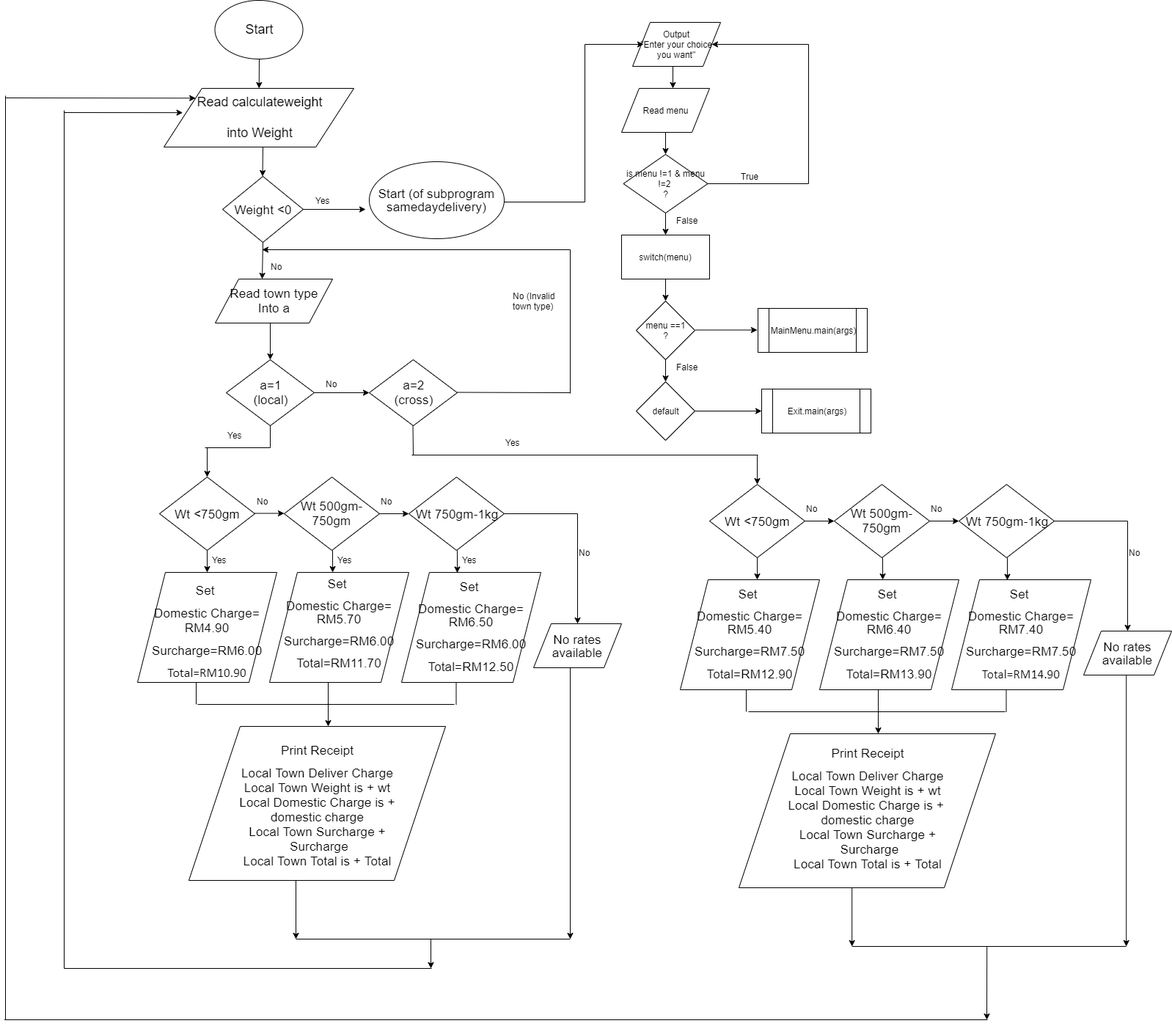
This is flowchart assign 2.png from gohfangyao/Same-Day-Delivery, a draw.io export, as it was before one commit. Source tidied: cells renumbered, new cells last; positions are measured from the earlier drawing's top-left corner, leaving out a move shared by most shapes.
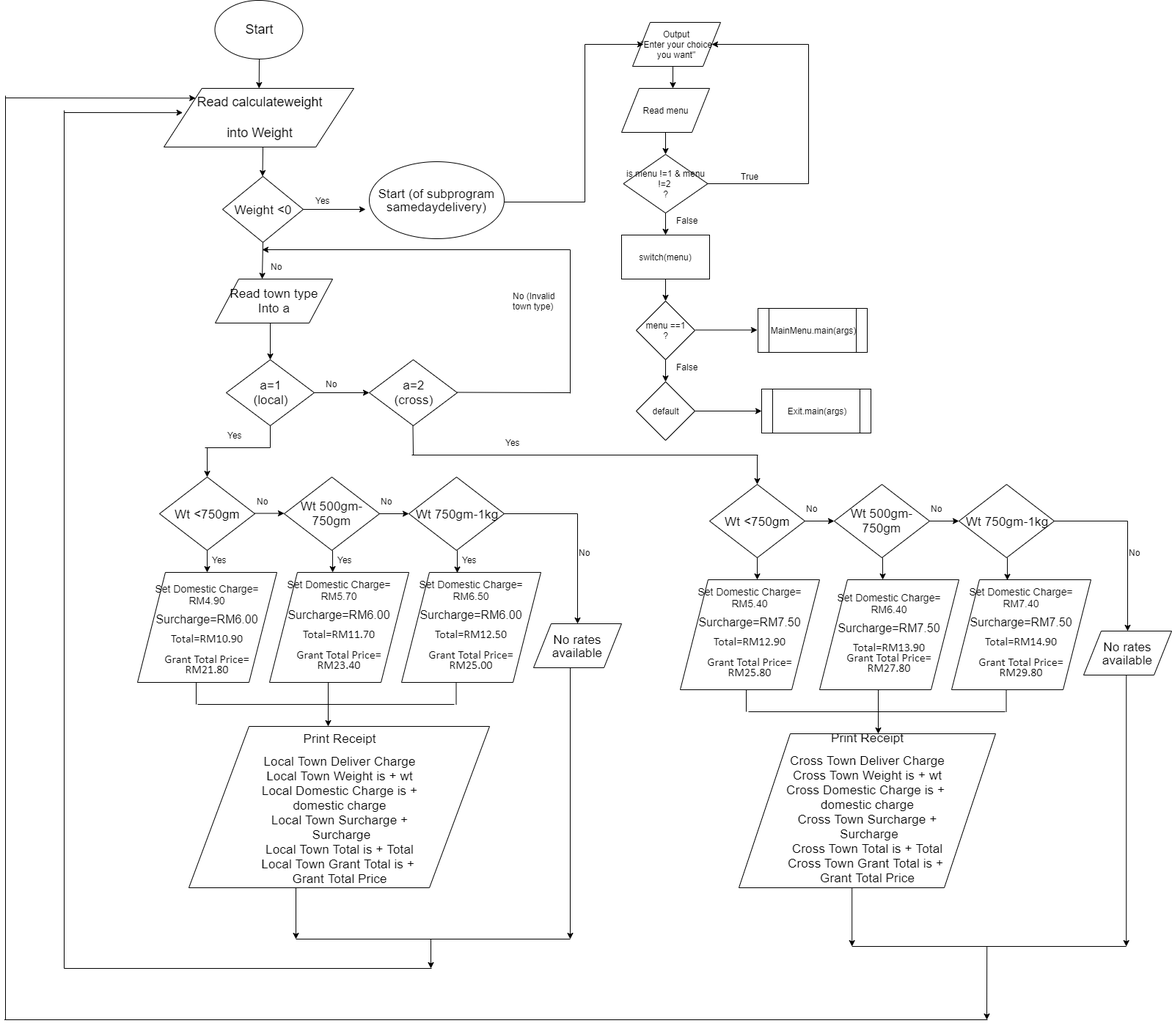
Later version of the same file.

The edit, as a diff of the source:
```diff
@@ -32,17 +32,17 @@
     <mxCell id="11" value="&lt;p class=&quot;MsoNormal&quot; align=&quot;center&quot;&gt;&lt;span style=&quot;font-size: 13.0pt ; line-height: 107%&quot;&gt;Wt 750gm-1kg&lt;/span&gt;&lt;/p&gt;&lt;p class=&quot;MsoNormal&quot; align=&quot;center&quot;&gt;&lt;span style=&quot;font-size: 13.0pt ; line-height: 107%&quot;&gt;&lt;/span&gt;&lt;/p&gt;" style="rhombus;whiteSpace=wrap;html=1;" parent="1" vertex="1">
       <mxGeometry x="552" y="650" width="130" height="100" as="geometry" />
     </mxCell>
-    <mxCell id="12" value="&lt;p class=&quot;MsoNormal&quot; align=&quot;center&quot;&gt;&lt;span style=&quot;font-size: 13.0pt ; line-height: 107%&quot;&gt;Set&amp;nbsp;&lt;/span&gt;&lt;/p&gt;&lt;p class=&quot;MsoNormal&quot; align=&quot;center&quot;&gt;&lt;span style=&quot;font-size: 13pt&quot;&gt;Domestic Charge= RM4.90&lt;/span&gt;&lt;/p&gt;&lt;p class=&quot;MsoNormal&quot; align=&quot;center&quot;&gt;&lt;span style=&quot;font-size: 13.0pt ; line-height: 107%&quot;&gt;Surcharge=RM6.00&lt;/span&gt;&lt;/p&gt;&lt;span style=&quot;line-height: 107% ; font-family: &amp;#34;calibri&amp;#34; , sans-serif&quot;&gt;&lt;font style=&quot;font-size: 18px&quot;&gt;Total&lt;/font&gt;&lt;/span&gt;&lt;span style=&quot;font-size: 13.0pt ; line-height: 107% ; font-family: &amp;#34;calibri&amp;#34; , sans-serif&quot;&gt;=RM10.90&lt;/span&gt;" style="shape=parallelogram;perimeter=parallelogramPerimeter;whiteSpace=wrap;html=1;" parent="1" vertex="1">
+    <mxCell id="12" value="&lt;p class=&quot;MsoNormal&quot; align=&quot;center&quot;&gt;&lt;font style=&quot;font-size: 14px&quot;&gt;&lt;span style=&quot;line-height: 107%&quot;&gt;&lt;font&gt;Set&amp;nbsp;&lt;/font&gt;&lt;/span&gt;Domestic Charge= RM4.90&lt;/font&gt;&lt;/p&gt;&lt;p class=&quot;MsoNormal&quot; align=&quot;center&quot;&gt;&lt;span style=&quot;line-height: 107%&quot;&gt;&lt;font size=&quot;3&quot;&gt;Surcharge=RM6.00&lt;/font&gt;&lt;/span&gt;&lt;/p&gt;&lt;span style=&quot;line-height: 107% ; font-family: &amp;#34;calibri&amp;#34; , sans-serif&quot;&gt;&lt;font size=&quot;3&quot;&gt;&lt;font&gt;Tota&lt;/font&gt;&lt;font&gt;l&lt;/font&gt;&lt;/font&gt;&lt;/span&gt;&lt;span style=&quot;line-height: 107% ; font-family: &amp;#34;calibri&amp;#34; , sans-serif&quot;&gt;&lt;font size=&quot;3&quot;&gt;=RM10.90&lt;br&gt;&lt;br&gt;Grant Total Price=&lt;br&gt;RM21.80&lt;/font&gt;&lt;br&gt;&lt;/span&gt;" style="shape=parallelogram;perimeter=parallelogramPerimeter;whiteSpace=wrap;html=1;" parent="1" vertex="1">
       <mxGeometry x="182" y="780" width="190" height="150" as="geometry" />
     </mxCell>
-    <mxCell id="13" value="&lt;p class=&quot;MsoNormal&quot; align=&quot;center&quot;&gt;&lt;span style=&quot;font-size: 13.0pt ; line-height: 107%&quot;&gt;&lt;br&gt;&lt;/span&gt;&lt;/p&gt;&lt;p class=&quot;MsoNormal&quot; align=&quot;center&quot;&gt;&lt;span style=&quot;font-size: 13.0pt ; line-height: 107%&quot;&gt;&lt;br&gt;&lt;/span&gt;&lt;/p&gt;&lt;p class=&quot;MsoNormal&quot; align=&quot;center&quot;&gt;&lt;span style=&quot;font-size: 13.0pt ; line-height: 107%&quot;&gt;&lt;br&gt;&lt;/span&gt;&lt;/p&gt;&lt;p class=&quot;MsoNormal&quot; align=&quot;center&quot;&gt;&lt;span style=&quot;font-size: 13.0pt ; line-height: 107%&quot;&gt;&lt;br&gt;&lt;/span&gt;&lt;/p&gt;&lt;p class=&quot;MsoNormal&quot; align=&quot;center&quot;&gt;&lt;span style=&quot;font-size: 13.0pt ; line-height: 107%&quot;&gt;Set&amp;nbsp;&lt;/span&gt;&lt;/p&gt;&lt;p class=&quot;MsoNormal&quot; align=&quot;center&quot;&gt;&lt;span style=&quot;font-size: 13.0pt ; line-height: 107%&quot;&gt;Domestic Charge= RM5.70&lt;/span&gt;&lt;/p&gt;&lt;p class=&quot;MsoNormal&quot; align=&quot;center&quot;&gt;&lt;span style=&quot;font-size: 13.0pt ; line-height: 107%&quot;&gt;Surcharge=RM6.00&lt;/span&gt;&lt;/p&gt;&lt;p class=&quot;MsoNormal&quot; align=&quot;center&quot;&gt;&lt;span style=&quot;font-size: 13.0pt ; line-height: 107%&quot;&gt;Total=RM11.70&lt;/span&gt;&lt;/p&gt;&lt;p class=&quot;MsoNormal&quot; align=&quot;center&quot;&gt;&lt;br&gt;&lt;br&gt;&lt;br&gt;&lt;br&gt;&lt;br&gt;&lt;br&gt;&lt;/p&gt;&lt;p class=&quot;MsoNormal&quot;&gt;&lt;span style=&quot;font-size: 13.0pt ; line-height: 107%&quot;&gt;&amp;nbsp;&lt;/span&gt;&lt;/p&gt;" style="shape=parallelogram;perimeter=parallelogramPerimeter;whiteSpace=wrap;html=1;" parent="1" vertex="1">
+    <mxCell id="13" value="&lt;p class=&quot;MsoNormal&quot; align=&quot;center&quot;&gt;&lt;font style=&quot;font-size: 14px&quot;&gt;&lt;span style=&quot;line-height: 14.98px&quot;&gt;Set&amp;nbsp;&lt;/span&gt;Domestic Charge= RM5.70&lt;/font&gt;&lt;/p&gt;&lt;p class=&quot;MsoNormal&quot; align=&quot;center&quot;&gt;&lt;span style=&quot;line-height: 12.84px&quot;&gt;&lt;font size=&quot;3&quot;&gt;Surcharge=RM6.00&lt;/font&gt;&lt;/span&gt;&lt;/p&gt;&lt;p class=&quot;MsoNormal&quot; align=&quot;center&quot;&gt;&lt;span style=&quot;line-height: 12.84px ; font-family: &amp;#34;calibri&amp;#34; , sans-serif&quot;&gt;&lt;font size=&quot;3&quot;&gt;Total&lt;/font&gt;&lt;/span&gt;&lt;span style=&quot;line-height: 12.84px ; font-family: &amp;#34;calibri&amp;#34; , sans-serif&quot;&gt;&lt;font size=&quot;3&quot;&gt;=RM11.70&lt;br&gt;&lt;br&gt;Grant Total Price=&lt;br&gt;RM23.40&lt;/font&gt;&lt;/span&gt;&lt;br&gt;&lt;/p&gt;" style="shape=parallelogram;perimeter=parallelogramPerimeter;whiteSpace=wrap;html=1;" parent="1" vertex="1">
       <mxGeometry x="362" y="780" width="190" height="150" as="geometry" />
     </mxCell>
-    <mxCell id="14" value="&lt;p class=&quot;MsoNormal&quot; align=&quot;center&quot;&gt;&lt;span style=&quot;font-size: 13.0pt ; line-height: 107%&quot;&gt;Set&amp;nbsp;&lt;/span&gt;&lt;/p&gt;&lt;p class=&quot;MsoNormal&quot; align=&quot;center&quot;&gt;&lt;span style=&quot;font-size: 13.0pt ; line-height: 107%&quot;&gt;Domestic Charge= RM6.50&lt;/span&gt;&lt;/p&gt;&lt;p class=&quot;MsoNormal&quot; align=&quot;center&quot;&gt;&lt;span style=&quot;font-size: 13.0pt ; line-height: 107%&quot;&gt;Surcharge=RM6.00&lt;/span&gt;&lt;/p&gt;&lt;p class=&quot;MsoNormal&quot; align=&quot;center&quot;&gt;&lt;span style=&quot;font-size: 13pt&quot;&gt;Total=RM12.50&lt;/span&gt;&lt;/p&gt;" style="shape=parallelogram;perimeter=parallelogramPerimeter;whiteSpace=wrap;html=1;" parent="1" vertex="1">
+    <mxCell id="14" value="&lt;p class=&quot;MsoNormal&quot; align=&quot;center&quot;&gt;&lt;font style=&quot;font-size: 14px&quot;&gt;&lt;span style=&quot;line-height: 14.98px&quot;&gt;Set&amp;nbsp;&lt;/span&gt;Domestic Charge= RM6.50&lt;/font&gt;&lt;/p&gt;&lt;p class=&quot;MsoNormal&quot; align=&quot;center&quot;&gt;&lt;span style=&quot;line-height: 12.84px&quot;&gt;&lt;font size=&quot;3&quot;&gt;Surcharge=RM6.00&lt;/font&gt;&lt;/span&gt;&lt;/p&gt;&lt;p class=&quot;MsoNormal&quot; align=&quot;center&quot;&gt;&lt;span style=&quot;line-height: 12.84px ; font-family: &amp;#34;calibri&amp;#34; , sans-serif&quot;&gt;&lt;font size=&quot;3&quot;&gt;Total&lt;/font&gt;&lt;/span&gt;&lt;span style=&quot;line-height: 12.84px ; font-family: &amp;#34;calibri&amp;#34; , sans-serif&quot;&gt;&lt;font size=&quot;3&quot;&gt;=RM12.50&lt;br&gt;&lt;br&gt;Grant Total Price=&lt;br&gt;RM25.00&lt;/font&gt;&lt;/span&gt;&lt;br&gt;&lt;/p&gt;" style="shape=parallelogram;perimeter=parallelogramPerimeter;whiteSpace=wrap;html=1;" parent="1" vertex="1">
       <mxGeometry x="542" y="780" width="190" height="150" as="geometry" />
     </mxCell>
-    <mxCell id="15" value="&lt;p class=&quot;MsoNormal&quot; align=&quot;center&quot;&gt;&lt;span style=&quot;font-size: 13.0pt ; line-height: 107%&quot;&gt;Print Receipt&lt;/span&gt;&lt;/p&gt;&lt;span style=&quot;font-size: 13pt&quot;&gt;Local Town Deliver Charge&lt;/span&gt;&lt;br&gt;&lt;span style=&quot;font-size: 13pt&quot;&gt;Local Town Weight is + wt&lt;/span&gt;&lt;br&gt;&lt;span style=&quot;font-size: 13pt&quot;&gt;Local Domestic Charge is + &lt;br&gt;domestic&amp;nbsp;&lt;/span&gt;&lt;span style=&quot;font-size: 13pt&quot;&gt;charge&lt;/span&gt;&lt;span style=&quot;font-size: 13pt&quot;&gt;&lt;br&gt;&lt;/span&gt;&lt;span style=&quot;font-size: 13pt&quot;&gt;Local Town Surcharge +&lt;br&gt;&amp;nbsp;Surcharge&lt;/span&gt;&lt;br&gt;&lt;span style=&quot;font-size: 13pt&quot;&gt;Local Town Total is + Total&lt;/span&gt;" style="shape=parallelogram;perimeter=parallelogramPerimeter;whiteSpace=wrap;html=1;" parent="1" vertex="1">
-      <mxGeometry x="252" y="990" width="350" height="210" as="geometry" />
+    <mxCell id="15" value="&lt;p class=&quot;MsoNormal&quot; align=&quot;center&quot;&gt;&lt;span style=&quot;font-size: 13.0pt ; line-height: 107%&quot;&gt;Print Receipt&lt;/span&gt;&lt;/p&gt;&lt;span style=&quot;font-size: 13pt&quot;&gt;Local Town Deliver Charge&lt;/span&gt;&lt;br&gt;&lt;span style=&quot;font-size: 13pt&quot;&gt;Local Town Weight is + wt&lt;/span&gt;&lt;br&gt;&lt;span style=&quot;font-size: 13pt&quot;&gt;Local Domestic Charge is + &lt;br&gt;domestic&amp;nbsp;&lt;/span&gt;&lt;span style=&quot;font-size: 13pt&quot;&gt;charge&lt;/span&gt;&lt;span style=&quot;font-size: 13pt&quot;&gt;&lt;br&gt;&lt;/span&gt;&lt;span style=&quot;font-size: 13pt&quot;&gt;Local Town Surcharge +&lt;br&gt;&amp;nbsp;Surcharge&lt;/span&gt;&lt;br&gt;&lt;span style=&quot;font-size: 13pt&quot;&gt;Local Town Total is + Total&lt;br&gt;Local Town Grant Total is + &lt;br&gt;Grant Total Price&lt;br&gt;&lt;/span&gt;" style="shape=parallelogram;perimeter=parallelogramPerimeter;whiteSpace=wrap;html=1;" parent="1" vertex="1">
+      <mxGeometry x="252" y="990" width="410" height="220" as="geometry" />
     </mxCell>
     <mxCell id="16" value="&lt;p class=&quot;MsoNormal&quot; align=&quot;center&quot;&gt;&lt;span style=&quot;font-size: 13.0pt ; line-height: 107%&quot;&gt;No rates available&lt;/span&gt;&lt;/p&gt;" style="shape=parallelogram;perimeter=parallelogramPerimeter;whiteSpace=wrap;html=1;" parent="1" vertex="1">
       <mxGeometry x="722" y="850" width="120" height="60" as="geometry" />
@@ -171,13 +171,13 @@
     <mxCell id="40" value="&lt;p class=&quot;MsoNormal&quot; align=&quot;center&quot;&gt;&lt;span style=&quot;font-size: 13.0pt ; line-height: 107%&quot;&gt;Wt 750gm-1kg&lt;/span&gt;&lt;/p&gt;&lt;p class=&quot;MsoNormal&quot; align=&quot;center&quot;&gt;&lt;span style=&quot;font-size: 13.0pt ; line-height: 107%&quot;&gt;&lt;/span&gt;&lt;/p&gt;" style="rhombus;whiteSpace=wrap;html=1;" parent="1" vertex="1">
       <mxGeometry x="1302" y="660" width="130" height="100" as="geometry" />
     </mxCell>
-    <mxCell id="41" value="&lt;p class=&quot;MsoNormal&quot; align=&quot;center&quot;&gt;&lt;span style=&quot;font-size: 13.0pt ; line-height: 107%&quot;&gt;Set&amp;nbsp;&lt;/span&gt;&lt;/p&gt;&lt;p class=&quot;MsoNormal&quot; align=&quot;center&quot;&gt;&lt;span style=&quot;font-size: 13.0pt ; line-height: 107%&quot;&gt;Domestic Charge= RM6.40&lt;/span&gt;&lt;/p&gt;&lt;p class=&quot;MsoNormal&quot; align=&quot;center&quot;&gt;&lt;span style=&quot;font-size: 13.0pt ; line-height: 107%&quot;&gt;Surcharge=RM7.50&lt;/span&gt;&lt;/p&gt;&lt;p class=&quot;MsoNormal&quot; align=&quot;center&quot;&gt;&lt;span style=&quot;font-size: 13pt&quot;&gt;Total=RM13.90&lt;/span&gt;&lt;/p&gt;" style="shape=parallelogram;perimeter=parallelogramPerimeter;whiteSpace=wrap;html=1;" parent="1" vertex="1">
+    <mxCell id="41" value="&lt;p class=&quot;MsoNormal&quot; align=&quot;center&quot;&gt;&lt;font style=&quot;font-size: 14px&quot;&gt;&lt;span style=&quot;line-height: 14.98px&quot;&gt;Set&amp;nbsp;&lt;/span&gt;Domestic Charge= RM6.40&lt;/font&gt;&lt;/p&gt;&lt;p class=&quot;MsoNormal&quot; align=&quot;center&quot;&gt;&lt;span style=&quot;line-height: 12.84px&quot;&gt;&lt;font size=&quot;3&quot;&gt;Surcharge=RM7.50&lt;/font&gt;&lt;/span&gt;&lt;/p&gt;&lt;p class=&quot;MsoNormal&quot; align=&quot;center&quot;&gt;&lt;span style=&quot;line-height: 12.84px ; font-family: &amp;#34;calibri&amp;#34; , sans-serif&quot;&gt;&lt;font size=&quot;3&quot;&gt;Total&lt;/font&gt;&lt;/span&gt;&lt;span style=&quot;line-height: 12.84px ; font-family: &amp;#34;calibri&amp;#34; , sans-serif&quot;&gt;&lt;font size=&quot;3&quot;&gt;=RM13.90&lt;br&gt;Grant Total Price=&lt;br&gt;RM27.80&lt;/font&gt;&lt;/span&gt;&lt;br&gt;&lt;/p&gt;" style="shape=parallelogram;perimeter=parallelogramPerimeter;whiteSpace=wrap;html=1;" parent="1" vertex="1">
       <mxGeometry x="1112" y="790" width="190" height="150" as="geometry" />
     </mxCell>
-    <mxCell id="42" value="&lt;p class=&quot;MsoNormal&quot; align=&quot;center&quot;&gt;&lt;span style=&quot;font-size: 13.0pt ; line-height: 107%&quot;&gt;Set&amp;nbsp;&lt;/span&gt;&lt;/p&gt;&lt;p class=&quot;MsoNormal&quot; align=&quot;center&quot;&gt;&lt;span style=&quot;font-size: 13.0pt ; line-height: 107%&quot;&gt;Domestic Charge= RM7.40&lt;/span&gt;&lt;/p&gt;&lt;p class=&quot;MsoNormal&quot; align=&quot;center&quot;&gt;&lt;span style=&quot;font-size: 13.0pt ; line-height: 107%&quot;&gt;Surcharge=RM7.50&lt;/span&gt;&lt;/p&gt;&lt;p class=&quot;MsoNormal&quot; align=&quot;center&quot;&gt;&lt;span style=&quot;font-family: &amp;#34;calibri&amp;#34; , sans-serif ; font-size: 13pt&quot;&gt;Total=RM14.90&lt;/span&gt;&lt;/p&gt;" style="shape=parallelogram;perimeter=parallelogramPerimeter;whiteSpace=wrap;html=1;" parent="1" vertex="1">
+    <mxCell id="42" value="&lt;p class=&quot;MsoNormal&quot; align=&quot;center&quot;&gt;&lt;font style=&quot;font-size: 14px&quot;&gt;&lt;span style=&quot;line-height: 14.98px&quot;&gt;Set&amp;nbsp;&lt;/span&gt;Domestic Charge= RM7.40&lt;/font&gt;&lt;/p&gt;&lt;p class=&quot;MsoNormal&quot; align=&quot;center&quot;&gt;&lt;span style=&quot;line-height: 12.84px&quot;&gt;&lt;font size=&quot;3&quot;&gt;Surcharge=RM7.50&lt;/font&gt;&lt;/span&gt;&lt;/p&gt;&lt;p class=&quot;MsoNormal&quot; align=&quot;center&quot;&gt;&lt;span style=&quot;line-height: 12.84px ; font-family: &amp;#34;calibri&amp;#34; , sans-serif&quot;&gt;&lt;font size=&quot;3&quot;&gt;Total&lt;/font&gt;&lt;/span&gt;&lt;span style=&quot;line-height: 12.84px ; font-family: &amp;#34;calibri&amp;#34; , sans-serif&quot;&gt;&lt;font size=&quot;3&quot;&gt;=RM14.90&lt;br&gt;&lt;br&gt;Grant Total Price=&lt;br&gt;RM29.80&lt;/font&gt;&lt;/span&gt;&lt;br&gt;&lt;/p&gt;" style="shape=parallelogram;perimeter=parallelogramPerimeter;whiteSpace=wrap;html=1;" parent="1" vertex="1">
       <mxGeometry x="1292" y="790" width="190" height="150" as="geometry" />
     </mxCell>
-    <mxCell id="43" value="&lt;p class=&quot;MsoNormal&quot; align=&quot;center&quot;&gt;&lt;span style=&quot;font-size: 13pt ; line-height: 18.5467px&quot;&gt;Print Receipt&lt;/span&gt;&lt;/p&gt;&lt;p class=&quot;MsoNormal&quot; align=&quot;center&quot;&gt;&lt;span style=&quot;font-size: 13pt&quot;&gt;Local Town Deliver Charge&lt;/span&gt;&lt;br&gt;&lt;span style=&quot;font-size: 13pt&quot;&gt;Local Town Weight is + wt&lt;/span&gt;&lt;br&gt;&lt;span style=&quot;font-size: 13pt&quot;&gt;Local Domestic Charge is +&amp;nbsp;&lt;br&gt;domestic&amp;nbsp;&lt;/span&gt;&lt;span style=&quot;font-size: 13pt&quot;&gt;charge&lt;/span&gt;&lt;span style=&quot;font-size: 13pt&quot;&gt;&lt;br&gt;&lt;/span&gt;&lt;span style=&quot;font-size: 13pt&quot;&gt;Local Town Surcharge +&lt;br&gt;&amp;nbsp;Surcharge&lt;/span&gt;&lt;br&gt;&lt;span style=&quot;font-size: 13pt&quot;&gt;Local Town Total is + Total&lt;/span&gt;&lt;br&gt;&lt;/p&gt;" style="shape=parallelogram;perimeter=parallelogramPerimeter;whiteSpace=wrap;html=1;" parent="1" vertex="1">
+    <mxCell id="43" value="&lt;p class=&quot;MsoNormal&quot; align=&quot;center&quot;&gt;&lt;span style=&quot;font-size: 13pt ; line-height: 18.5467px&quot;&gt;Print Receipt&lt;/span&gt;&lt;/p&gt;&lt;p class=&quot;MsoNormal&quot; align=&quot;center&quot;&gt;&lt;span style=&quot;font-size: 13pt&quot;&gt;Cross Town Deliver Charge&lt;/span&gt;&lt;br&gt;&lt;span style=&quot;font-size: 17.3333px&quot;&gt;Cross&lt;/span&gt;&lt;span style=&quot;font-size: 13pt&quot;&gt;&amp;nbsp;Town Weight is + wt&lt;/span&gt;&lt;br&gt;&lt;span style=&quot;font-size: 17.3333px&quot;&gt;Cross&lt;/span&gt;&lt;span style=&quot;font-size: 13pt&quot;&gt;&amp;nbsp;Domestic Charge is +&amp;nbsp;&lt;br&gt;domestic&amp;nbsp;&lt;/span&gt;&lt;span style=&quot;font-size: 13pt&quot;&gt;charge&lt;/span&gt;&lt;span style=&quot;font-size: 13pt&quot;&gt;&lt;br&gt;&lt;/span&gt;&lt;span style=&quot;font-size: 17.3333px&quot;&gt;Cross&lt;/span&gt;&lt;span style=&quot;font-size: 13pt&quot;&gt;&amp;nbsp;Town Surcharge +&lt;br&gt;&amp;nbsp;Surcharge&lt;/span&gt;&lt;br&gt;&lt;span style=&quot;font-size: 17.3333px&quot;&gt;Cross&lt;/span&gt;&lt;span style=&quot;font-size: 13pt&quot;&gt;&amp;nbsp;Town Total is + Total&lt;br&gt;&lt;/span&gt;&lt;span style=&quot;font-size: 17.3333px&quot;&gt;Cross&lt;/span&gt;&lt;span style=&quot;font-size: 13pt&quot;&gt;&amp;nbsp;Town Grant Total is +&amp;nbsp;&lt;br&gt;Grant Total Price&lt;/span&gt;&lt;br&gt;&lt;/p&gt;" style="shape=parallelogram;perimeter=parallelogramPerimeter;whiteSpace=wrap;html=1;" parent="1" vertex="1">
       <mxGeometry x="1002" y="1000" width="350" height="210" as="geometry" />
     </mxCell>
     <mxCell id="44" value="&lt;p class=&quot;MsoNormal&quot; align=&quot;center&quot;&gt;&lt;span style=&quot;font-size: 13.0pt ; line-height: 107%&quot;&gt;No rates available&lt;/span&gt;&lt;/p&gt;" style="shape=parallelogram;perimeter=parallelogramPerimeter;whiteSpace=wrap;html=1;" parent="1" vertex="1">
@@ -264,7 +264,7 @@
     </mxCell>
     <mxCell id="59" style="endArrow=classic;html=1;" parent="1" edge="1">
       <mxGeometry relative="1" as="geometry">
-        <mxPoint x="398" y="1200" as="sourcePoint" />
+        <mxPoint x="398" y="1210" as="sourcePoint" />
         <mxPoint x="398" y="1280" as="targetPoint" />
       </mxGeometry>
     </mxCell>
@@ -309,7 +309,7 @@
         <mxPoint x="558" y="620" as="targetPoint" />
       </mxGeometry>
     </mxCell>
-    <mxCell id="67" value="&lt;p class=&quot;MsoNormal&quot; align=&quot;center&quot;&gt;&lt;span style=&quot;font-size: 13.0pt ; line-height: 107%&quot;&gt;Set&amp;nbsp;&lt;/span&gt;&lt;/p&gt;&lt;p class=&quot;MsoNormal&quot; align=&quot;center&quot;&gt;&lt;span style=&quot;font-size: 13.0pt ; line-height: 107%&quot;&gt;Domestic Charge= RM5.40&lt;/span&gt;&lt;/p&gt;&lt;p class=&quot;MsoNormal&quot; align=&quot;center&quot;&gt;&lt;span style=&quot;font-size: 13.0pt ; line-height: 107%&quot;&gt;Surcharge=RM7.50&lt;/span&gt;&lt;/p&gt;&lt;p class=&quot;MsoNormal&quot; align=&quot;center&quot;&gt;&lt;span style=&quot;font-size: 13pt&quot;&gt;Total=RM12.90&lt;/span&gt;&lt;/p&gt;" style="shape=parallelogram;perimeter=parallelogramPerimeter;whiteSpace=wrap;html=1;" parent="1" vertex="1">
+    <mxCell id="67" value="&lt;p class=&quot;MsoNormal&quot; align=&quot;center&quot;&gt;&lt;font style=&quot;font-size: 14px&quot;&gt;&lt;span style=&quot;line-height: 14.98px&quot;&gt;Set&amp;nbsp;&lt;/span&gt;Domestic Charge= RM5.40&lt;/font&gt;&lt;/p&gt;&lt;p class=&quot;MsoNormal&quot; align=&quot;center&quot;&gt;&lt;span style=&quot;line-height: 12.84px&quot;&gt;&lt;font size=&quot;3&quot;&gt;Surcharge=RM7.50&lt;/font&gt;&lt;/span&gt;&lt;/p&gt;&lt;p class=&quot;MsoNormal&quot; align=&quot;center&quot;&gt;&lt;span style=&quot;line-height: 12.84px ; font-family: &amp;#34;calibri&amp;#34; , sans-serif&quot;&gt;&lt;font size=&quot;3&quot;&gt;Total&lt;/font&gt;&lt;/span&gt;&lt;span style=&quot;line-height: 12.84px ; font-family: &amp;#34;calibri&amp;#34; , sans-serif&quot;&gt;&lt;font size=&quot;3&quot;&gt;=RM12.90&lt;br&gt;&lt;br&gt;Grant Total Price=&lt;br&gt;RM25.80&lt;/font&gt;&lt;/span&gt;&lt;br&gt;&lt;/p&gt;" style="shape=parallelogram;perimeter=parallelogramPerimeter;whiteSpace=wrap;html=1;" parent="1" vertex="1">
       <mxGeometry x="922" y="790" width="190" height="150" as="geometry" />
     </mxCell>
     <mxCell id="68" value="Yes" style="text;html=1;" parent="1" vertex="1">
```
